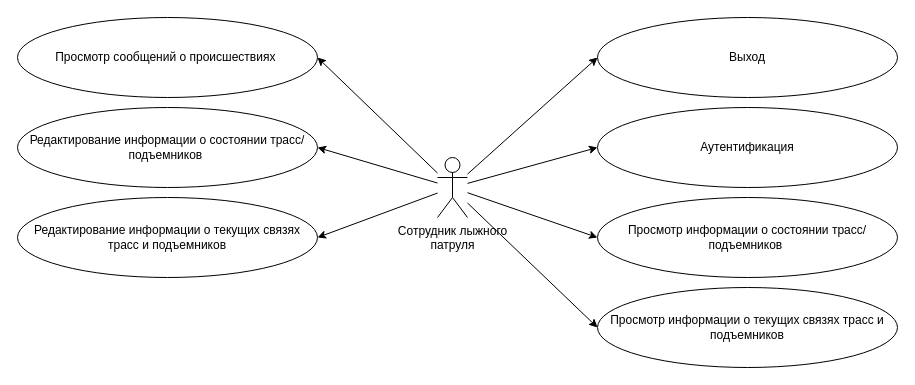
Above: page "ski-patrol" (3 of 4) of docs/imgs/use_case/use-case.drawio in alena-zayts/BMSTU_6sem_software_design (draw.io), before the change. Source tidied: cells renumbered, new cells numbered last; positions are measured from the earlier drawing's top-left corner, leaving out a move shared by most shapes. Both pictures are drawn from the tidied source at 100%, with x=0, y=0 at pixel (17, 17).
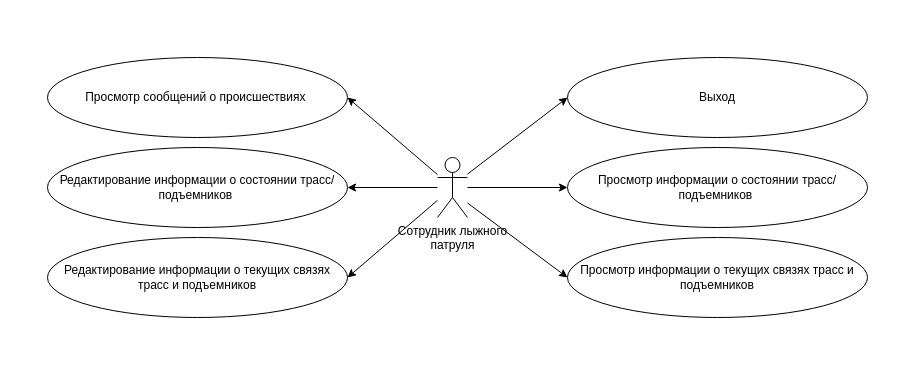
The same diagram, later.

The edit, as a diff of the source:
```diff
@@
 <mxGraphModel>
   <root>
     <mxCell id="0" />
     <mxCell id="1" parent="0" />
     <mxCell id="2" style="edgeStyle=none;rounded=0;jettySize=auto;html=1;entryX=1;entryY=0.5;entryDx=0;entryDy=0;" parent="1" edge="1" source="5" target="6">
       <mxGeometry relative="1" as="geometry" />
     </mxCell>
     <mxCell id="3" style="edgeStyle=none;rounded=0;jettySize=auto;html=1;entryX=1;entryY=0.5;entryDx=0;entryDy=0;" parent="1" edge="1" source="5" target="7">
       <mxGeometry relative="1" as="geometry" />
     </mxCell>
     <mxCell id="4" style="edgeStyle=none;rounded=0;jettySize=auto;html=1;entryX=1;entryY=0.5;entryDx=0;entryDy=0;" parent="1" edge="1" source="5" target="8">
       <mxGeometry relative="1" as="geometry" />
     </mxCell>
     <mxCell id="5" value="Сотрудник лыжного &lt;br&gt;патруля" style="shape=umlActor;verticalLabelPosition=bottom;verticalAlign=top;html=1;outlineConnect=0;" parent="1" vertex="1">
       <mxGeometry x="420" y="140" width="30" height="60" as="geometry" />
     </mxCell>
     <mxCell id="6" value="Просмотр сообщений о происшествиях&amp;nbsp;" style="ellipse;whiteSpace=wrap;html=1;" parent="1" vertex="1">
-      <mxGeometry width="300" height="80" as="geometry" />
+      <mxGeometry x="30" y="40" width="300" height="80" as="geometry" />
     </mxCell>
     <mxCell id="7" value="Редактирование информации о состоянии трасс/подъемников&amp;nbsp;" style="ellipse;whiteSpace=wrap;html=1;" parent="1" vertex="1">
-      <mxGeometry y="90" width="300" height="80" as="geometry" />
+      <mxGeometry x="30" y="130" width="300" height="80" as="geometry" />
     </mxCell>
     <mxCell id="8" value="Редактирование&amp;nbsp;информации о текущих связях трасс и подъемников" style="ellipse;whiteSpace=wrap;html=1;" parent="1" vertex="1">
-      <mxGeometry y="180" width="300" height="80" as="geometry" />
+      <mxGeometry x="30" y="220" width="300" height="80" as="geometry" />
     </mxCell>
     <mxCell id="9" style="rounded=0;jettySize=auto;html=1;entryX=0;entryY=0.5;entryDx=0;entryDy=0;" parent="1" edge="1" target="13">
       <mxGeometry relative="1" as="geometry">
         <mxPoint x="450" y="156.6" as="sourcePoint" />
       </mxGeometry>
     </mxCell>
-    <mxCell id="10" style="edgeStyle=none;rounded=0;jettySize=auto;html=1;entryX=0;entryY=0.5;entryDx=0;entryDy=0;" parent="1" edge="1" target="14">
-      <mxGeometry relative="1" as="geometry">
-        <mxPoint x="450" y="165.9" as="sourcePoint" />
-      </mxGeometry>
-    </mxCell>
-    <mxCell id="11" style="edgeStyle=none;rounded=0;jettySize=auto;html=1;entryX=0;entryY=0.5;entryDx=0;entryDy=0;" parent="1" edge="1" target="15">
-      <mxGeometry relative="1" as="geometry">
-        <mxPoint x="450" y="175.2" as="sourcePoint" />
-      </mxGeometry>
+    <mxCell id="11" style="edgeStyle=none;rounded=0;jettySize=auto;html=1;entryX=0;entryY=0.5;entryDx=0;entryDy=0;" parent="1" edge="1" source="5" target="15">
+      <mxGeometry relative="1" as="geometry" />
     </mxCell>
     <mxCell id="12" style="edgeStyle=none;rounded=0;jettySize=auto;html=1;entryX=0;entryY=0.5;entryDx=0;entryDy=0;" parent="1" edge="1" target="16">
       <mxGeometry relative="1" as="geometry">
         <mxPoint x="450" y="185.5" as="sourcePoint" />
       </mxGeometry>
     </mxCell>
     <mxCell id="13" value="Выход" style="ellipse;whiteSpace=wrap;html=1;" parent="1" vertex="1">
-      <mxGeometry x="580" width="300" height="80" as="geometry" />
+      <mxGeometry x="550" y="40" width="300" height="80" as="geometry" />
     </mxCell>
-    <mxCell id="14" value="Аутентификация" style="ellipse;whiteSpace=wrap;html=1;" parent="1" vertex="1">
-      <mxGeometry x="580" y="90" width="300" height="80" as="geometry" />
-    </mxCell>
     <mxCell id="15" value="Просмотр информации о состоянии трасс/подъемников&amp;nbsp;" style="ellipse;whiteSpace=wrap;html=1;" parent="1" vertex="1">
-      <mxGeometry x="580" y="180" width="300" height="80" as="geometry" />
+      <mxGeometry x="550" y="130" width="300" height="80" as="geometry" />
     </mxCell>
     <mxCell id="16" value="Просмотр информации о текущих связях трасс и подъемников" style="ellipse;whiteSpace=wrap;html=1;" parent="1" vertex="1">
-      <mxGeometry x="580" y="270" width="300" height="80" as="geometry" />
+      <mxGeometry x="550" y="220" width="300" height="80" as="geometry" />
     </mxCell>
   </root>
 </mxGraphModel>
```
